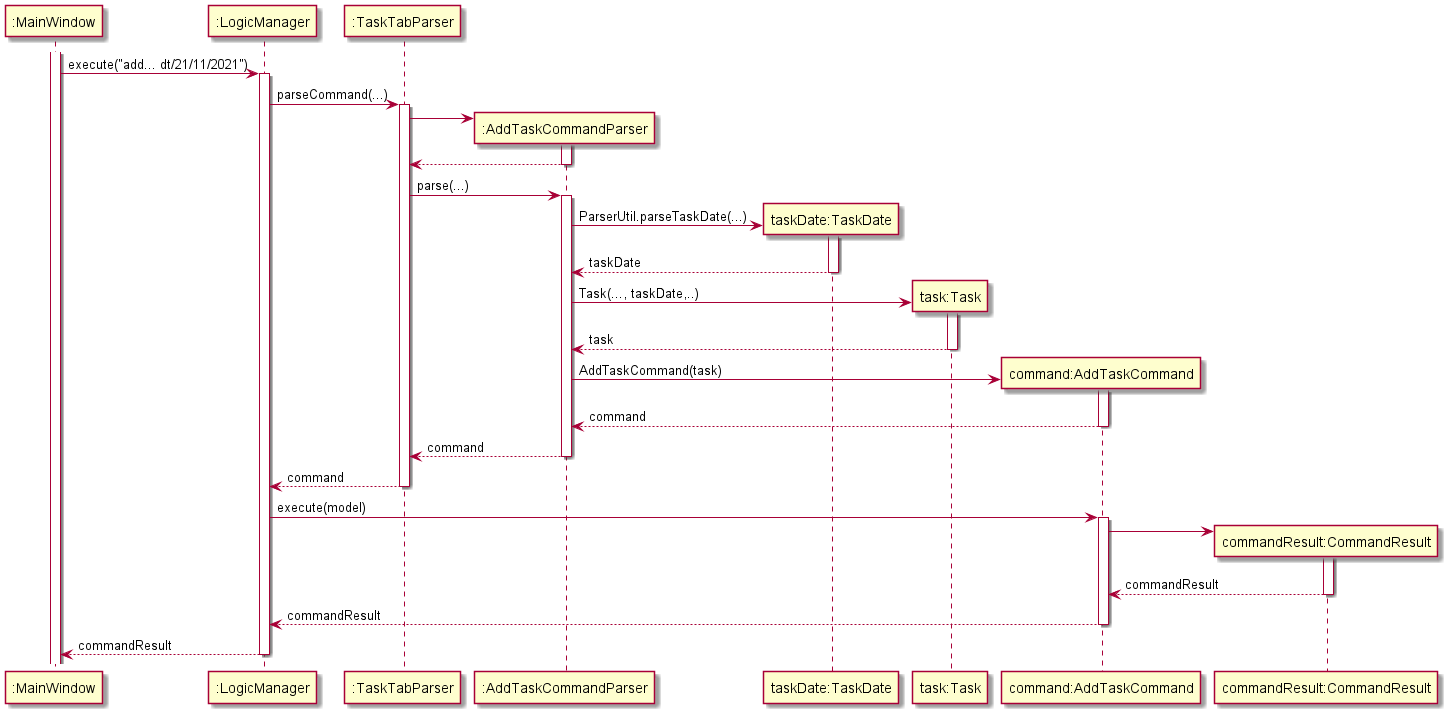
Earlier version of the PlantUML export docs/diagrams/AddDateSequenceDiagram.png (nus-cs2103-AY2122S1/tp). The source it was exported from:
```plantuml
@startuml
participant ":MainWindow" as MainWindow
participant ":LogicManager" as LogicManager
participant ":TaskTabParser" as TaskTabParser
participant ":AddTaskCommandParser" as AddTaskCommandParser
participant "taskDate:TaskDate" as TaskDate
participant "task:Task" as Task
participant "command:AddTaskCommand" as AddTaskCommand
participant "commandResult:CommandResult" as CommandResult

activate MainWindow
MainWindow -> LogicManager: execute("add... dt/21/11/2021")
activate LogicManager

LogicManager -> TaskTabParser: parseCommand(...)
activate TaskTabParser

create AddTaskCommandParser
TaskTabParser -> AddTaskCommandParser
activate AddTaskCommandParser
AddTaskCommandParser --> TaskTabParser
deactivate AddTaskCommandParser

TaskTabParser -> AddTaskCommandParser: parse(...)
activate AddTaskCommandParser

create TaskDate
AddTaskCommandParser -> TaskDate: ParserUtil.parseTaskDate(...)
activate TaskDate
TaskDate --> AddTaskCommandParser: taskDate
deactivate TaskDate

create Task
AddTaskCommandParser -> Task: Task(..., taskDate,..)
activate Task
Task --> AddTaskCommandParser: task
deactivate Task

create AddTaskCommand
AddTaskCommandParser -> AddTaskCommand: AddTaskCommand(task)
activate AddTaskCommand

AddTaskCommand --> AddTaskCommandParser: command
deactivate AddTaskCommand

AddTaskCommandParser --> TaskTabParser: command
deactivate AddTaskCommandParser

TaskTabParser --> LogicManager: command
deactivate TaskTabParser

LogicManager -> AddTaskCommand: execute(model)
activate AddTaskCommand

create CommandResult
AddTaskCommand -> CommandResult
activate CommandResult
CommandResult --> AddTaskCommand: commandResult
deactivate CommandResult

AddTaskCommand --> LogicManager: commandResult
deactivate AddTaskCommand

LogicManager --> MainWindow: commandResult
deactivate LogicManager

@enduml
```
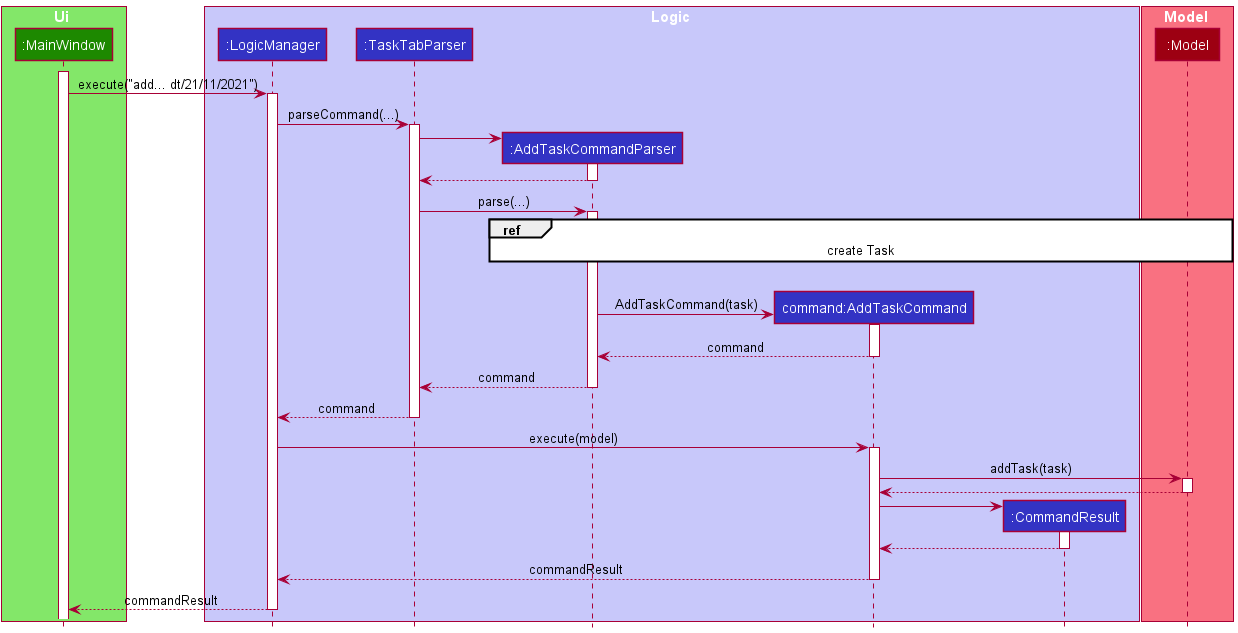
Later version of the same file.

Commit message:
Update UML diagrams and add Challenges section of DateTime implementation

The edit, as a diff of the source:
```diff
@@ -1,12 +1,21 @@
 @startuml
-participant ":MainWindow" as MainWindow
-participant ":LogicManager" as LogicManager
-participant ":TaskTabParser" as TaskTabParser
-participant ":AddTaskCommandParser" as AddTaskCommandParser
-participant "taskDate:TaskDate" as TaskDate
-participant "task:Task" as Task
-participant "command:AddTaskCommand" as AddTaskCommand
-participant "commandResult:CommandResult" as CommandResult
+!include style.puml
+
+box Ui UI_COLOR_T1
+participant ":MainWindow" as MainWindow UI_COLOR
+end box
+
+box Logic LOGIC_COLOR_T1
+participant ":LogicManager" as LogicManager LOGIC_COLOR
+participant ":TaskTabParser" as TaskTabParser LOGIC_COLOR
+participant ":AddTaskCommandParser" as AddTaskCommandParser LOGIC_COLOR
+participant "command:AddTaskCommand" as AddTaskCommand LOGIC_COLOR
+participant ":CommandResult" as CommandResult LOGIC_COLOR
+end box
+
+box Model MODEL_COLOR_T1
+participant ":Model" as Model MODEL_COLOR
+end box
 
 activate MainWindow
 MainWindow -> LogicManager: execute("add... dt/21/11/2021")
@@ -24,17 +33,9 @@
 TaskTabParser -> AddTaskCommandParser: parse(...)
 activate AddTaskCommandParser
 
-create TaskDate
-AddTaskCommandParser -> TaskDate: ParserUtil.parseTaskDate(...)
-activate TaskDate
-TaskDate --> AddTaskCommandParser: taskDate
-deactivate TaskDate
+ref over AddTaskCommandParser, Model : create Task
+|||
 
-create Task
-AddTaskCommandParser -> Task: Task(..., taskDate,..)
-activate Task
-Task --> AddTaskCommandParser: task
-deactivate Task
 
 create AddTaskCommand
 AddTaskCommandParser -> AddTaskCommand: AddTaskCommand(task)
@@ -52,10 +53,15 @@
 LogicManager -> AddTaskCommand: execute(model)
 activate AddTaskCommand
 
+AddTaskCommand -> Model: addTask(task)
+activate Model
+Model --> AddTaskCommand
+deactivate Model
+
 create CommandResult
 AddTaskCommand -> CommandResult
 activate CommandResult
-CommandResult --> AddTaskCommand: commandResult
+CommandResult --> AddTaskCommand
 deactivate CommandResult
 
 AddTaskCommand --> LogicManager: commandResult
```
